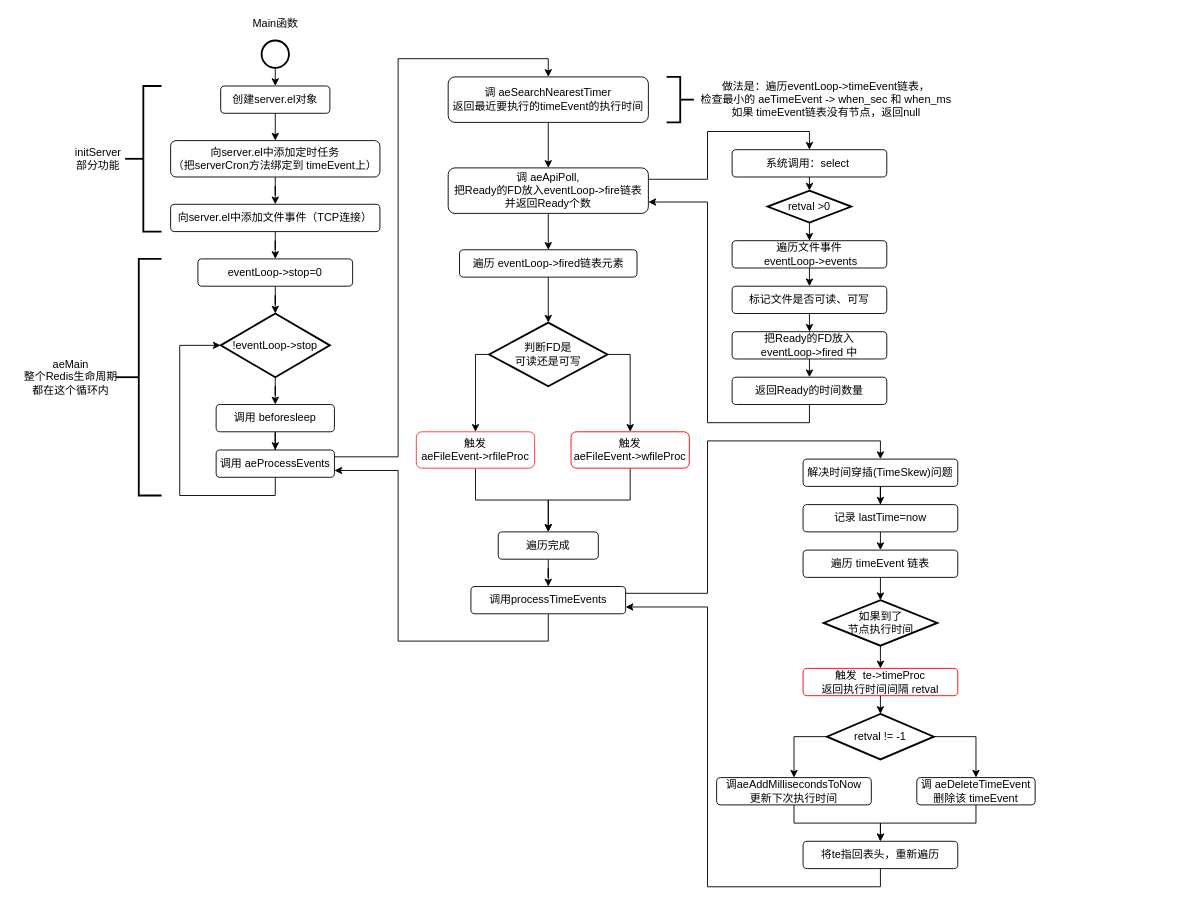
Lucas20029/redis-3.0-annotated keeps this draw.io diagram as RedisEventLoop.drawio. Above is the earlier version. Source tidied: cells renumbered, new cells numbered last; positions are measured from the earlier drawing's top-left corner, leaving out a move shared by most shapes. Both pictures are drawn from the tidied source at 91%, with x=0, y=0 at pixel (15, 15).
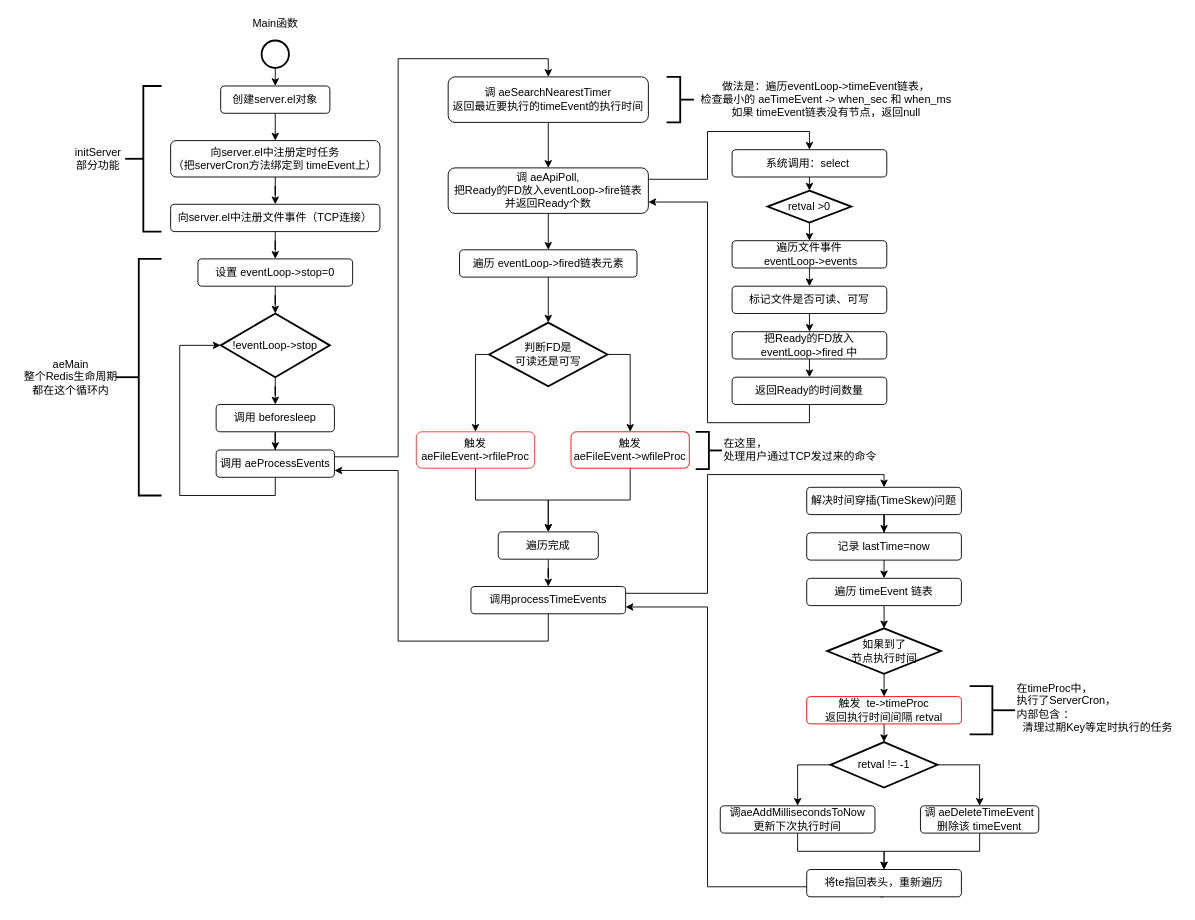
The same page after the edit.

Unchanged cells that the change refers to:
```xml
<mxCell id="43" value="调用processTimeEvents" style="rounded=1;whiteSpace=wrap;html=1;" parent="1" vertex="1">
  <mxGeometry x="500" y="627" width="170" height="30" as="geometry" />
</mxCell>
```

Diff of the diagram source:
```diff
@@
-    <mxCell id="7" value="向server.el中添加定时任务&lt;br&gt;（把serverCron方法绑定到 timeEvent上）" style="rounded=1;whiteSpace=wrap;html=1;" parent="1" vertex="1">
+    <mxCell id="7" value="向server.el中注册定时任务&lt;br&gt;（把serverCron方法绑定到 timeEvent上）" style="rounded=1;whiteSpace=wrap;html=1;" parent="1" vertex="1">
       <mxGeometry x="170" y="137" width="230" height="40" as="geometry" />
     </mxCell>
@@
-    <mxCell id="9" value="向server.el中添加文件事件（TCP连接）" style="rounded=1;whiteSpace=wrap;html=1;" parent="1" vertex="1">
+    <mxCell id="9" value="向server.el中注册文件事件（TCP连接）" style="rounded=1;whiteSpace=wrap;html=1;" parent="1" vertex="1">
       <mxGeometry x="170" y="207" width="230" height="30" as="geometry" />
     </mxCell>
@@
-    <mxCell id="15" value="eventLoop-&amp;gt;stop=0" style="rounded=1;whiteSpace=wrap;html=1;" parent="1" vertex="1">
+    <mxCell id="15" value="设置 eventLoop-&amp;gt;stop=0" style="rounded=1;whiteSpace=wrap;html=1;" parent="1" vertex="1">
       <mxGeometry x="200" y="267" width="170" height="30" as="geometry" />
     </mxCell>
@@
     <mxCell id="42" style="edgeStyle=orthogonalEdgeStyle;rounded=0;jettySize=auto;html=1;exitX=1;exitY=0.25;exitDx=0;exitDy=0;entryX=0.5;entryY=0;entryDx=0;entryDy=0;" parent="1" edge="1" source="43" target="45">
       <mxGeometry relative="1" as="geometry">
         <Array as="points">
           <mxPoint x="760" y="635" />
-          <mxPoint x="760" y="467" />
-          <mxPoint x="950" y="467" />
+          <mxPoint x="760" y="504" />
+          <mxPoint x="954" y="504" />
         </Array>
       </mxGeometry>
     </mxCell>
@@
     <mxCell id="45" value="解决时间穿插(TimeSkew)问题" style="rounded=1;whiteSpace=wrap;html=1;" parent="1" vertex="1">
-      <mxGeometry x="865" y="487" width="170" height="30" as="geometry" />
+      <mxGeometry x="869" y="518" width="170" height="30" as="geometry" />
     </mxCell>
@@
     <mxCell id="47" value="记录 lastTime=now" style="rounded=1;whiteSpace=wrap;html=1;" parent="1" vertex="1">
-      <mxGeometry x="865" y="537" width="170" height="30" as="geometry" />
+      <mxGeometry x="869" y="568" width="170" height="30" as="geometry" />
     </mxCell>
@@
     <mxCell id="49" value="遍历 timeEvent 链表" style="rounded=1;whiteSpace=wrap;html=1;" parent="1" vertex="1">
-      <mxGeometry x="865" y="587" width="170" height="30" as="geometry" />
+      <mxGeometry x="869" y="618" width="170" height="30" as="geometry" />
     </mxCell>
@@
     <mxCell id="51" value="如果到了&lt;br&gt;节点执行时间" style="strokeWidth=2;html=1;shape=mxgraph.flowchart.decision;whiteSpace=wrap;" parent="1" vertex="1">
-      <mxGeometry x="887.5" y="642" width="125" height="50" as="geometry" />
+      <mxGeometry x="891.5" y="673" width="125" height="50" as="geometry" />
     </mxCell>
@@
     <mxCell id="53" value="触发&amp;nbsp; te-&amp;gt;timeProc &lt;br&gt;返回执行时间间隔 retval" style="rounded=1;whiteSpace=wrap;html=1;strokeColor=#FF0000;" parent="1" vertex="1">
-      <mxGeometry x="865" y="717" width="170" height="30" as="geometry" />
+      <mxGeometry x="869" y="748" width="170" height="30" as="geometry" />
     </mxCell>
@@
     <mxCell id="56" value="retval != -1" style="strokeWidth=2;html=1;shape=mxgraph.flowchart.decision;whiteSpace=wrap;" parent="1" vertex="1">
-      <mxGeometry x="891.2" y="767" width="117.5" height="50" as="geometry" />
+      <mxGeometry x="895.2" y="798" width="117.5" height="50" as="geometry" />
     </mxCell>
@@
     <mxCell id="58" value="调aeAddMillisecondsToNow&lt;br&gt;更新下次执行时间" style="rounded=1;whiteSpace=wrap;html=1;" parent="1" vertex="1">
-      <mxGeometry x="770" y="837" width="170" height="30" as="geometry" />
+      <mxGeometry x="774" y="868" width="170" height="30" as="geometry" />
     </mxCell>
@@
     <mxCell id="60" value="调&amp;nbsp;aeDeleteTimeEvent&lt;br&gt;删除该 timeEvent" style="rounded=1;whiteSpace=wrap;html=1;" parent="1" vertex="1">
-      <mxGeometry x="990" y="837" width="130" height="30" as="geometry" />
+      <mxGeometry x="994" y="868" width="130" height="30" as="geometry" />
     </mxCell>
@@
     <mxCell id="62" value="将te指回表头，重新遍历" style="rounded=1;whiteSpace=wrap;html=1;" parent="1" vertex="1">
-      <mxGeometry x="865" y="907" width="170" height="30" as="geometry" />
+      <mxGeometry x="869" y="938" width="170" height="30" as="geometry" />
     </mxCell>
@@
+    <mxCell id="76" style="strokeWidth=2;html=1;shape=mxgraph.flowchart.annotation_2;align=left;labelPosition=right;rotation=-180;" parent="1" vertex="1">
+      <mxGeometry x="1048" y="736.5" width="50" height="53" as="geometry" />
+    </mxCell>
+    <mxCell id="77" value="在timeProc中，&lt;br&gt;执行了ServerCron，&lt;br&gt;内部包含 ：&lt;br&gt;&amp;nbsp; 清理过期Key等定时执行的任务" style="text;html=1;align=left;verticalAlign=middle;" parent="1" vertex="1">
+      <mxGeometry x="1098" y="729.5" width="181" height="60" as="geometry" />
+    </mxCell>
+    <mxCell id="78" style="strokeWidth=2;html=1;shape=mxgraph.flowchart.annotation_2;align=left;labelPosition=right;rotation=-180;" parent="1" vertex="1">
+      <mxGeometry x="747" y="457" width="29" height="41" as="geometry" />
+    </mxCell>
+    <mxCell id="79" value="在这里，&lt;br&gt;处理用户通过TCP发过来的命令" style="text;html=1;align=left;verticalAlign=middle;" parent="1" vertex="1">
+      <mxGeometry x="776" y="461" width="178" height="32" as="geometry" />
+    </mxCell>
```
